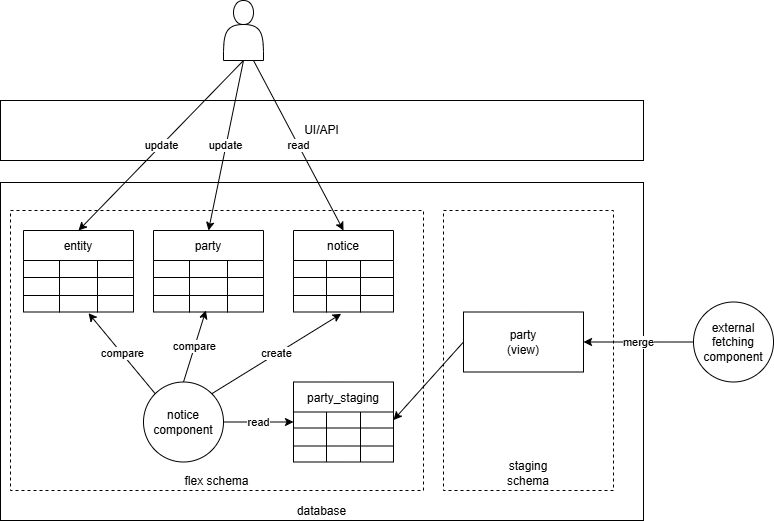
elhub/flex-information-system keeps this draw.io diagram as docs/diagrams/structure_data_party.drawio.png. Above is the earlier version. Source tidied: cells renumbered, new cells last; positions are measured from the earlier drawing's top-left corner, leaving out a move shared by most shapes.
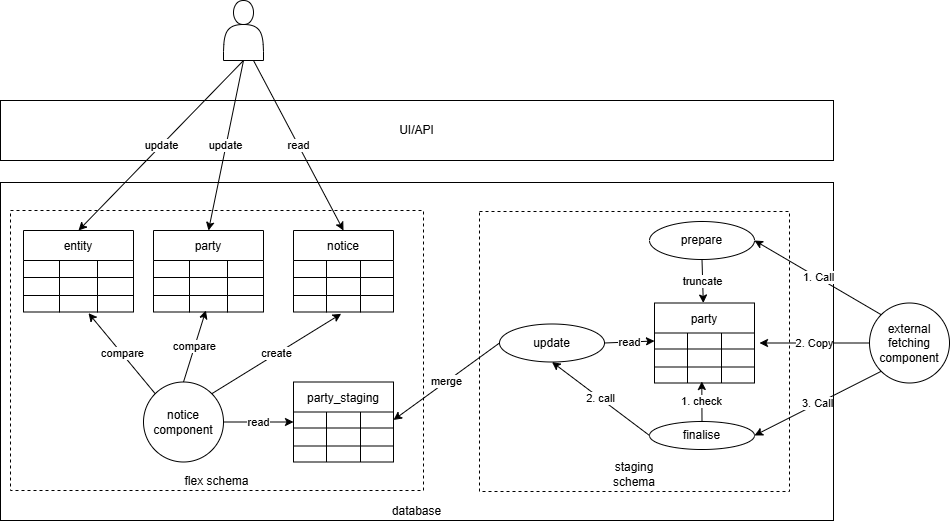
Above is the later version.

Commit message:
feat: party staging w/ unlogged table (FLEX-1116)

What changed in the source:
```diff
@@ -3,14 +3,11 @@
     <mxCell id="0" />
     <mxCell id="1" parent="0" />
     <mxCell id="2" value="database" style="rounded=0;whiteSpace=wrap;html=1;verticalAlign=bottom;" parent="1" vertex="1">
-      <mxGeometry y="182" width="643" height="338" as="geometry" />
+      <mxGeometry y="182" width="833" height="338" as="geometry" />
     </mxCell>
     <mxCell id="3" value="flex schema" style="rounded=0;whiteSpace=wrap;html=1;verticalAlign=bottom;dashed=1;" parent="1" vertex="1">
       <mxGeometry x="10" y="210" width="413" height="280" as="geometry" />
     </mxCell>
-    <mxCell id="4" value="staging&lt;div&gt;schema&lt;/div&gt;" style="rounded=0;whiteSpace=wrap;html=1;verticalAlign=bottom;strokeColor=default;dashed=1;" parent="1" vertex="1">
-      <mxGeometry x="443" y="210" width="170" height="280" as="geometry" />
-    </mxCell>
     <mxCell id="5" value="party" style="shape=table;startSize=30;strokeColor=default;fontSize=12;" parent="1" vertex="1">
       <mxGeometry x="153" y="230" width="110" height="81.5" as="geometry" />
     </mxCell>
@@ -89,12 +86,6 @@
     <mxCell id="30" style="shape=partialRectangle;html=1;whiteSpace=wrap;strokeColor=inherit;overflow=hidden;fillColor=none;top=0;left=0;bottom=0;right=0;fontSize=16;" parent="27" vertex="1">
       <mxGeometry x="67" width="33" height="16" as="geometry" />
     </mxCell>
-    <mxCell id="31" style="edgeStyle=none;html=1;exitX=0;exitY=0.5;exitDx=0;exitDy=0;entryX=1;entryY=0.5;entryDx=0;entryDy=0;" parent="1" edge="1" source="32" target="19">
-      <mxGeometry relative="1" as="geometry" />
-    </mxCell>
-    <mxCell id="32" value="party&lt;div&gt;(view)&lt;/div&gt;" style="rounded=0;whiteSpace=wrap;html=1;" parent="1" vertex="1">
-      <mxGeometry x="463" y="311.5" width="120" height="60" as="geometry" />
-    </mxCell>
     <mxCell id="33" value="entity" style="shape=table;startSize=30;strokeColor=default;fontSize=12;" parent="1" vertex="1">
       <mxGeometry x="23" y="230" width="110" height="81.5" as="geometry" />
     </mxCell>
@@ -134,14 +125,8 @@
     <mxCell id="45" style="shape=partialRectangle;html=1;whiteSpace=wrap;strokeColor=inherit;overflow=hidden;fillColor=none;top=0;left=0;bottom=0;right=0;fontSize=16;" parent="42" vertex="1">
       <mxGeometry x="74" width="36" height="17" as="geometry" />
     </mxCell>
-    <mxCell id="46" value="merge" style="edgeStyle=none;html=1;exitX=0;exitY=0.5;exitDx=0;exitDy=0;entryX=1;entryY=0.5;entryDx=0;entryDy=0;" parent="1" edge="1" source="47" target="32">
-      <mxGeometry relative="1" as="geometry" />
-    </mxCell>
-    <mxCell id="47" value="external&lt;div&gt;fetching&lt;/div&gt;&lt;div&gt;component&lt;/div&gt;" style="ellipse;whiteSpace=wrap;html=1;" parent="1" vertex="1">
-      <mxGeometry x="693" y="301.5" width="80" height="80" as="geometry" />
-    </mxCell>
     <mxCell id="48" value="UI/API" style="rounded=0;whiteSpace=wrap;html=1;" parent="1" vertex="1">
-      <mxGeometry y="100" width="643" height="60" as="geometry" />
+      <mxGeometry y="100" width="833" height="60" as="geometry" />
     </mxCell>
     <mxCell id="49" value="notice" style="shape=table;startSize=30;strokeColor=default;fontSize=12;" parent="1" vertex="1">
       <mxGeometry x="293" y="230" width="100" height="81.5" as="geometry" />
@@ -209,5 +194,85 @@
     <mxCell id="70" style="shape=actor;whiteSpace=wrap;html=1;verticalAlign=bottom;" parent="1" vertex="1">
       <mxGeometry x="223" width="40" height="60" as="geometry" />
     </mxCell>
+    <mxCell id="4" value="staging&lt;div&gt;schema&lt;/div&gt;" style="rounded=0;whiteSpace=wrap;html=1;verticalAlign=bottom;strokeColor=default;dashed=1;" parent="1" vertex="1">
+      <mxGeometry x="479" y="211" width="310" height="280" as="geometry" />
+    </mxCell>
+    <mxCell id="71" value="2. Copy" style="edgeStyle=none;html=1;exitX=0;exitY=0.5;exitDx=0;exitDy=0;entryX=1;entryY=0.5;entryDx=0;entryDy=0;" parent="1" edge="1" source="47">
+      <mxGeometry relative="1" as="geometry">
+        <mxPoint x="759" y="342.5" as="targetPoint" />
+      </mxGeometry>
+    </mxCell>
+    <mxCell id="72" value="1. Call" style="edgeStyle=none;html=1;exitX=0;exitY=0;exitDx=0;exitDy=0;entryX=1;entryY=0.5;entryDx=0;entryDy=0;" parent="1" edge="1" source="47" target="88">
+      <mxGeometry relative="1" as="geometry" />
+    </mxCell>
+    <mxCell id="73" value="3. Call" style="edgeStyle=none;html=1;exitX=0;exitY=1;exitDx=0;exitDy=0;entryX=1;entryY=0.5;entryDx=0;entryDy=0;" parent="1" edge="1" source="47" target="90">
+      <mxGeometry relative="1" as="geometry" />
+    </mxCell>
+    <mxCell id="47" value="external&lt;div&gt;fetching&lt;/div&gt;&lt;div&gt;component&lt;/div&gt;" style="ellipse;whiteSpace=wrap;html=1;" parent="1" vertex="1">
+      <mxGeometry x="869" y="302.5" width="80" height="80" as="geometry" />
+    </mxCell>
+    <mxCell id="74" value="party" style="shape=table;startSize=30;strokeColor=default;fontSize=12;" parent="1" vertex="1">
+      <mxGeometry x="654" y="302.5" width="100" height="80" as="geometry" />
+    </mxCell>
+    <mxCell id="75" style="shape=tableRow;horizontal=0;startSize=0;swimlaneHead=0;swimlaneBody=0;strokeColor=inherit;top=0;left=0;bottom=0;right=0;fillColor=none;points=[[0,0.5],[1,0.5]];portConstraint=eastwest;fontSize=16;" parent="74" vertex="1">
+      <mxGeometry y="30" width="100" height="16" as="geometry" />
+    </mxCell>
+    <mxCell id="76" style="shape=partialRectangle;html=1;whiteSpace=wrap;strokeColor=inherit;overflow=hidden;fillColor=none;top=0;left=0;bottom=0;right=0;fontSize=16;" parent="75" vertex="1">
+      <mxGeometry width="33" height="16" as="geometry" />
+    </mxCell>
+    <mxCell id="77" style="shape=partialRectangle;html=1;whiteSpace=wrap;strokeColor=inherit;overflow=hidden;fillColor=none;top=0;left=0;bottom=0;right=0;fontSize=16;" parent="75" vertex="1">
+      <mxGeometry x="33" width="34" height="16" as="geometry" />
+    </mxCell>
+    <mxCell id="78" style="shape=partialRectangle;html=1;whiteSpace=wrap;strokeColor=inherit;overflow=hidden;fillColor=none;top=0;left=0;bottom=0;right=0;fontSize=16;" parent="75" vertex="1">
+      <mxGeometry x="67" width="33" height="16" as="geometry" />
+    </mxCell>
+    <mxCell id="79" style="shape=tableRow;horizontal=0;startSize=0;swimlaneHead=0;swimlaneBody=0;strokeColor=inherit;top=0;left=0;bottom=0;right=0;fillColor=none;fontSize=16;" parent="74" vertex="1">
+      <mxGeometry y="46" width="100" height="18" as="geometry" />
+    </mxCell>
+    <mxCell id="80" style="shape=partialRectangle;html=1;whiteSpace=wrap;strokeColor=inherit;overflow=hidden;fillColor=none;top=0;left=0;bottom=0;right=0;fontSize=16;" parent="79" vertex="1">
+      <mxGeometry width="33" height="18" as="geometry" />
+    </mxCell>
+    <mxCell id="81" style="shape=partialRectangle;html=1;whiteSpace=wrap;strokeColor=inherit;overflow=hidden;fillColor=none;top=0;left=0;bottom=0;right=0;fontSize=16;" parent="79" vertex="1">
+      <mxGeometry x="33" width="34" height="18" as="geometry" />
+    </mxCell>
+    <mxCell id="82" style="shape=partialRectangle;html=1;whiteSpace=wrap;strokeColor=inherit;overflow=hidden;fillColor=none;top=0;left=0;bottom=0;right=0;fontSize=16;" parent="79" vertex="1">
+      <mxGeometry x="67" width="33" height="18" as="geometry" />
+    </mxCell>
+    <mxCell id="83" style="shape=tableRow;horizontal=0;startSize=0;swimlaneHead=0;swimlaneBody=0;strokeColor=inherit;top=0;left=0;bottom=0;right=0;fillColor=none;points=[[0,0.5],[1,0.5]];portConstraint=eastwest;fontSize=16;" parent="74" vertex="1">
+      <mxGeometry y="64" width="100" height="16" as="geometry" />
+    </mxCell>
+    <mxCell id="84" style="shape=partialRectangle;html=1;whiteSpace=wrap;strokeColor=inherit;overflow=hidden;fillColor=none;top=0;left=0;bottom=0;right=0;fontSize=16;" parent="83" vertex="1">
+      <mxGeometry width="33" height="16" as="geometry" />
+    </mxCell>
+    <mxCell id="85" style="shape=partialRectangle;html=1;whiteSpace=wrap;strokeColor=inherit;overflow=hidden;fillColor=none;top=0;left=0;bottom=0;right=0;fontSize=16;" parent="83" vertex="1">
+      <mxGeometry x="33" width="34" height="16" as="geometry" />
+    </mxCell>
+    <mxCell id="86" style="shape=partialRectangle;html=1;whiteSpace=wrap;strokeColor=inherit;overflow=hidden;fillColor=none;top=0;left=0;bottom=0;right=0;fontSize=16;" parent="83" vertex="1">
+      <mxGeometry x="67" width="33" height="16" as="geometry" />
+    </mxCell>
+    <mxCell id="87" value="truncate" style="edgeStyle=none;html=1;exitX=0.5;exitY=1;exitDx=0;exitDy=0;" parent="1" edge="1" source="88" target="74">
+      <mxGeometry relative="1" as="geometry" />
+    </mxCell>
+    <mxCell id="88" value="prepare" style="ellipse;whiteSpace=wrap;html=1;" parent="1" vertex="1">
+      <mxGeometry x="649" y="221" width="105" height="38" as="geometry" />
+    </mxCell>
+    <mxCell id="89" value="2. call" style="edgeStyle=none;html=1;exitX=0;exitY=0.5;exitDx=0;exitDy=0;entryX=0.5;entryY=1;entryDx=0;entryDy=0;" parent="1" edge="1" source="90" target="92">
+      <mxGeometry relative="1" as="geometry" />
+    </mxCell>
+    <mxCell id="90" value="finalise" style="ellipse;whiteSpace=wrap;html=1;" parent="1" vertex="1">
+      <mxGeometry x="649" y="421" width="105" height="28" as="geometry" />
+    </mxCell>
+    <mxCell id="91" value="read" style="edgeStyle=none;html=1;exitX=1;exitY=0.5;exitDx=0;exitDy=0;entryX=0;entryY=0.5;entryDx=0;entryDy=0;" parent="1" edge="1" source="92" target="75">
+      <mxGeometry relative="1" as="geometry" />
+    </mxCell>
+    <mxCell id="46" value="merge" style="edgeStyle=none;html=1;exitX=0;exitY=0.5;exitDx=0;exitDy=0;entryX=1;entryY=0.5;entryDx=0;entryDy=0;" parent="1" edge="1" source="92" target="19">
+      <mxGeometry relative="1" as="geometry" />
+    </mxCell>
+    <mxCell id="92" value="update" style="ellipse;whiteSpace=wrap;html=1;" parent="1" vertex="1">
+      <mxGeometry x="499" y="323.5" width="105" height="38" as="geometry" />
+    </mxCell>
+    <mxCell id="93" value="1. check" style="edgeStyle=none;html=1;entryX=0.473;entryY=0.906;entryDx=0;entryDy=0;entryPerimeter=0;" parent="1" edge="1" source="90" target="83">
+      <mxGeometry relative="1" as="geometry" />
+    </mxCell>
   </root>
 </mxGraphModel>
```
